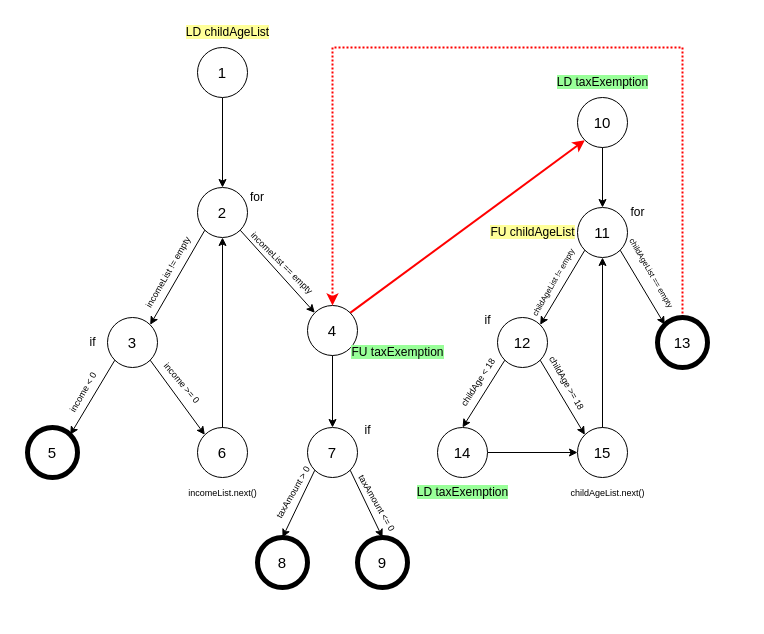
Before: software-testing-asg-2.drawio in sakib7/ml-project-versioning, a draw.io diagram. Source tidied: cells renumbered, new cells numbered last; positions are measured from the earlier drawing's top-left corner, leaving out a move shared by most shapes. Both pictures are drawn from the tidied source at 100%, with x=0, y=0 at pixel (27, 17).
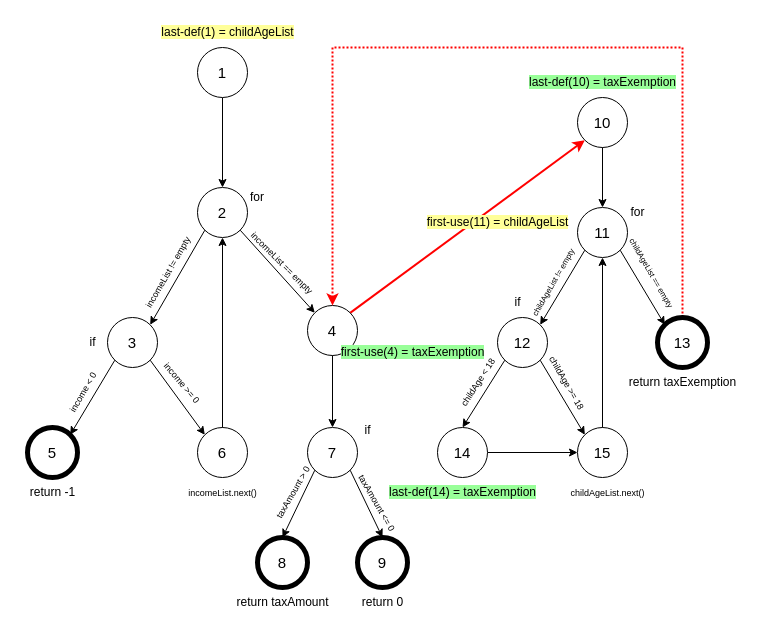
After the change.

Change to the diagram source:
```diff
@@
     <mxCell id="39" value="if" style="text;html=1;align=center;verticalAlign=middle;strokeColor=none;fillColor=none;" parent="1" vertex="1">
-      <mxGeometry x="445" y="288" width="30" height="30" as="geometry" />
+      <mxGeometry x="475" y="270" width="30" height="30" as="geometry" />
     </mxCell>
@@
-    <mxCell id="46" value="&lt;font style=&quot;font-size: 12px; background-color: rgb(255, 255, 153);&quot;&gt;LD childAgeList&lt;/font&gt;" style="text;html=1;align=center;verticalAlign=middle;strokeColor=none;fillColor=none;" parent="1" vertex="1">
-      <mxGeometry x="145" width="110" height="30" as="geometry" />
+    <mxCell id="46" value="&lt;font style=&quot;font-size: 12px; background-color: rgb(255, 255, 153);&quot;&gt;last-def(1) = childAgeList&lt;/font&gt;" style="text;html=1;align=center;verticalAlign=middle;strokeColor=none;fillColor=none;" parent="1" vertex="1">
+      <mxGeometry x="120" width="160" height="30" as="geometry" />
     </mxCell>
-    <mxCell id="47" value="&lt;span style=&quot;background-color: rgb(255, 255, 153);&quot;&gt;FU&amp;nbsp;childAgeList&lt;/span&gt;" style="text;html=1;align=center;verticalAlign=middle;strokeColor=none;fillColor=none;" parent="1" vertex="1">
-      <mxGeometry x="450" y="200" width="110" height="30" as="geometry" />
+    <mxCell id="47" value="&lt;span style=&quot;background-color: rgb(255, 255, 153);&quot;&gt;first-use(11) = childAgeList&lt;/span&gt;" style="text;html=1;align=center;verticalAlign=middle;strokeColor=none;fillColor=none;" parent="1" vertex="1">
+      <mxGeometry x="385" y="190" width="170" height="30" as="geometry" />
     </mxCell>
-    <mxCell id="48" value="&lt;span style=&quot;background-color: rgb(153, 255, 153);&quot;&gt;LD&amp;nbsp;taxExemption&lt;/span&gt;" style="text;html=1;align=center;verticalAlign=middle;strokeColor=none;fillColor=none;" parent="1" vertex="1">
-      <mxGeometry x="380" y="460" width="110" height="30" as="geometry" />
+    <mxCell id="48" value="&lt;span style=&quot;background-color: rgb(153, 255, 153);&quot;&gt;last-def(14) = taxExemption&lt;/span&gt;" style="text;html=1;align=center;verticalAlign=middle;strokeColor=none;fillColor=none;" parent="1" vertex="1">
+      <mxGeometry x="350" y="460" width="170" height="30" as="geometry" />
     </mxCell>
-    <mxCell id="49" value="&lt;span style=&quot;background-color: rgb(153, 255, 153);&quot;&gt;FU taxExemption&lt;/span&gt;" style="text;html=1;align=center;verticalAlign=middle;strokeColor=none;fillColor=none;" parent="1" vertex="1">
-      <mxGeometry x="310" y="320" width="120" height="30" as="geometry" />
+    <mxCell id="49" value="&lt;span style=&quot;background-color: rgb(153, 255, 153);&quot;&gt;first-use(4) = taxExemption&lt;/span&gt;" style="text;html=1;align=center;verticalAlign=middle;strokeColor=none;fillColor=none;" parent="1" vertex="1">
+      <mxGeometry x="300" y="320" width="170" height="30" as="geometry" />
     </mxCell>
-    <mxCell id="50" value="&lt;span style=&quot;background-color: rgb(153, 255, 153);&quot;&gt;LD&amp;nbsp;taxExemption&lt;/span&gt;" style="text;html=1;align=center;verticalAlign=middle;strokeColor=none;fillColor=none;" parent="1" vertex="1">
-      <mxGeometry x="520" y="50" width="110" height="30" as="geometry" />
+    <mxCell id="50" value="&lt;span style=&quot;background-color: rgb(153, 255, 153);&quot;&gt;last-def(10) = taxExemption&lt;/span&gt;" style="text;html=1;align=center;verticalAlign=middle;strokeColor=none;fillColor=none;" parent="1" vertex="1">
+      <mxGeometry x="490" y="50" width="170" height="30" as="geometry" />
     </mxCell>
@@
+    <mxCell id="57" value="return -1" style="text;html=1;align=center;verticalAlign=middle;strokeColor=none;fillColor=none;" parent="1" vertex="1">
+      <mxGeometry x="-10" y="460" width="70" height="30" as="geometry" />
+    </mxCell>
+    <mxCell id="58" value="return taxAmount" style="text;html=1;align=center;verticalAlign=middle;strokeColor=none;fillColor=none;" parent="1" vertex="1">
+      <mxGeometry x="195" y="570" width="120" height="30" as="geometry" />
+    </mxCell>
+    <mxCell id="59" value="return 0" style="text;html=1;align=center;verticalAlign=middle;strokeColor=none;fillColor=none;" parent="1" vertex="1">
+      <mxGeometry x="325" y="570" width="60" height="30" as="geometry" />
+    </mxCell>
+    <mxCell id="60" value="return taxExemption" style="text;html=1;align=center;verticalAlign=middle;strokeColor=none;fillColor=none;" parent="1" vertex="1">
+      <mxGeometry x="590" y="350" width="130" height="30" as="geometry" />
+    </mxCell>
```
